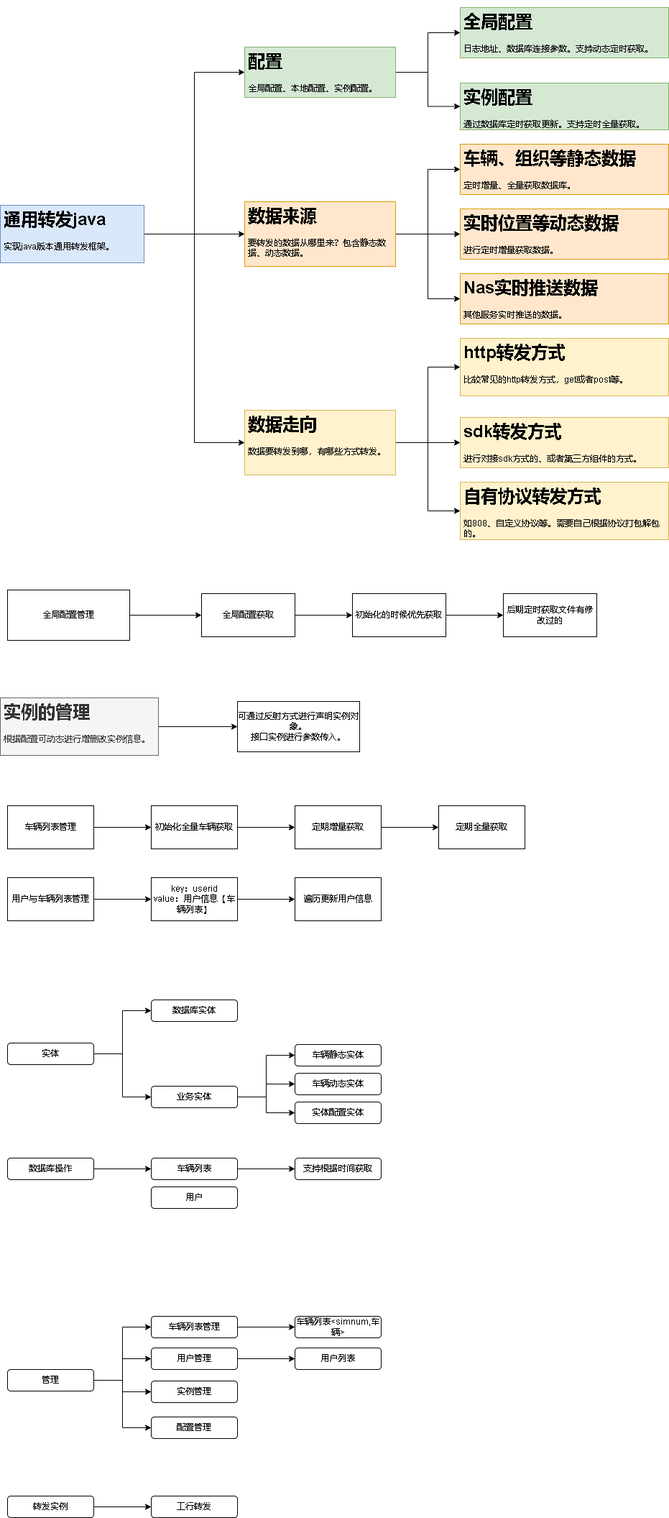
Earlier version of the draw.io export 通用转发java.drawio.png (xktder/draw). Source tidied: cells renumbered, new cells last; positions are measured from the earlier drawing's top-left corner, leaving out a move shared by most shapes.
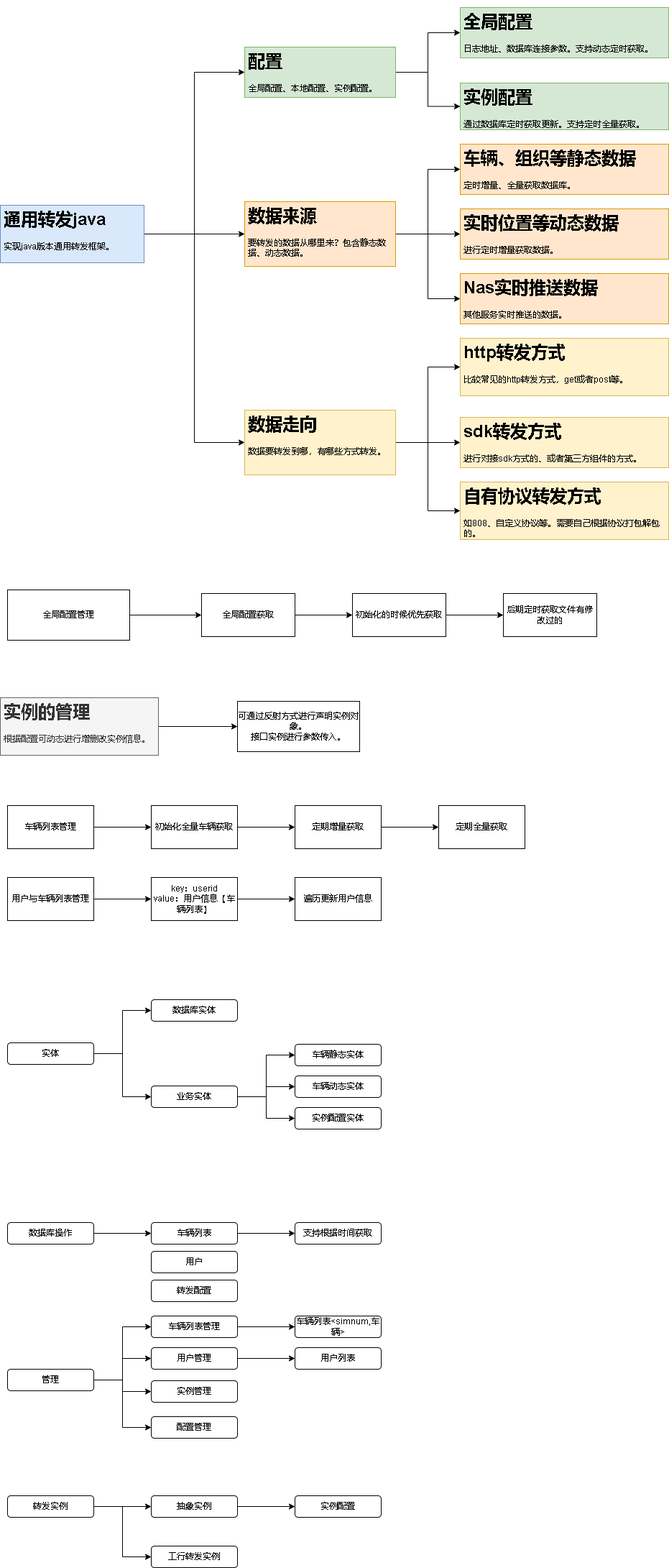
Later version of the same file.

Commit message:
更新通用转发java.drawio.png

Diff of the diagram source:
```diff
@@ -173,14 +173,17 @@
     <mxCell id="58" value="用户列表" style="rounded=1;whiteSpace=wrap;html=1;" parent="1" vertex="1">
       <mxGeometry x="410" y="1864" width="120" height="30" as="geometry" />
     </mxCell>
+    <mxCell id="80" style="edgeStyle=orthogonalEdgeStyle;rounded=0;jettySize=auto;html=1;entryX=0;entryY=0.5;entryDx=0;entryDy=0;" parent="1" edge="1" source="60" target="82">
+      <mxGeometry relative="1" as="geometry" />
+    </mxCell>
-    <mxCell id="59" style="edgeStyle=orthogonalEdgeStyle;rounded=0;jettySize=auto;html=1;" parent="1" edge="1" source="60" target="61">
+    <mxCell id="59" style="edgeStyle=orthogonalEdgeStyle;rounded=0;jettySize=auto;html=1;entryX=0;entryY=0.5;entryDx=0;entryDy=0;" parent="1" edge="1" source="60" target="61">
       <mxGeometry relative="1" as="geometry" />
     </mxCell>
     <mxCell id="60" value="转发实例" style="rounded=1;whiteSpace=wrap;html=1;" parent="1" vertex="1">
       <mxGeometry x="10" y="2070" width="120" height="30" as="geometry" />
     </mxCell>
-    <mxCell id="61" value="工行转发" style="rounded=1;whiteSpace=wrap;html=1;" parent="1" vertex="1">
-      <mxGeometry x="210" y="2070" width="120" height="30" as="geometry" />
+    <mxCell id="61" value="工行转发实例" style="rounded=1;whiteSpace=wrap;html=1;" parent="1" vertex="1">
+      <mxGeometry x="210" y="2140" width="120" height="30" as="geometry" />
     </mxCell>
     <mxCell id="62" value="配置管理" style="rounded=1;whiteSpace=wrap;html=1;" parent="1" vertex="1">
       <mxGeometry x="210" y="1960" width="120" height="30" as="geometry" />
@@ -213,28 +216,40 @@
       <mxGeometry relative="1" as="geometry" />
     </mxCell>
     <mxCell id="72" value="数据库操作" style="rounded=1;whiteSpace=wrap;html=1;" parent="1" vertex="1">
-      <mxGeometry x="10" y="1600" width="120" height="30" as="geometry" />
+      <mxGeometry x="10" y="1690" width="120" height="30" as="geometry" />
     </mxCell>
     <mxCell id="73" style="edgeStyle=orthogonalEdgeStyle;rounded=0;jettySize=auto;html=1;" parent="1" edge="1" source="74" target="77">
       <mxGeometry relative="1" as="geometry" />
     </mxCell>
     <mxCell id="74" value="车辆列表" style="rounded=1;whiteSpace=wrap;html=1;" parent="1" vertex="1">
-      <mxGeometry x="210" y="1600" width="120" height="30" as="geometry" />
+      <mxGeometry x="210" y="1690" width="120" height="30" as="geometry" />
     </mxCell>
     <mxCell id="75" value="车辆静态实体" style="rounded=1;whiteSpace=wrap;html=1;" parent="1" vertex="1">
       <mxGeometry x="410" y="1442" width="120" height="30" as="geometry" />
     </mxCell>
     <mxCell id="76" value="车辆动态实体" style="rounded=1;whiteSpace=wrap;html=1;" parent="1" vertex="1">
-      <mxGeometry x="410" y="1482" width="120" height="30" as="geometry" />
+      <mxGeometry x="410" y="1486" width="120" height="30" as="geometry" />
     </mxCell>
     <mxCell id="77" value="支持根据时间获取" style="rounded=1;whiteSpace=wrap;html=1;" parent="1" vertex="1">
-      <mxGeometry x="410" y="1600" width="120" height="30" as="geometry" />
+      <mxGeometry x="410" y="1690" width="120" height="30" as="geometry" />
     </mxCell>
     <mxCell id="78" value="用户" style="rounded=1;whiteSpace=wrap;html=1;" parent="1" vertex="1">
-      <mxGeometry x="210" y="1640" width="120" height="30" as="geometry" />
+      <mxGeometry x="210" y="1730" width="120" height="30" as="geometry" />
     </mxCell>
-    <mxCell id="79" value="实体配置实体" style="rounded=1;whiteSpace=wrap;html=1;" parent="1" vertex="1">
-      <mxGeometry x="410" y="1522" width="120" height="30" as="geometry" />
+    <mxCell id="79" value="实例配置实体" style="rounded=1;whiteSpace=wrap;html=1;" parent="1" vertex="1">
+      <mxGeometry x="410" y="1530" width="120" height="30" as="geometry" />
     </mxCell>
+    <mxCell id="81" style="edgeStyle=orthogonalEdgeStyle;rounded=0;jettySize=auto;html=1;entryX=0;entryY=0.5;entryDx=0;entryDy=0;" parent="1" edge="1" source="82" target="83">
+      <mxGeometry relative="1" as="geometry" />
+    </mxCell>
+    <mxCell id="82" value="抽象实例" style="rounded=1;whiteSpace=wrap;html=1;" parent="1" vertex="1">
+      <mxGeometry x="210" y="2070" width="120" height="30" as="geometry" />
+    </mxCell>
+    <mxCell id="83" value="实例配置" style="rounded=1;whiteSpace=wrap;html=1;" parent="1" vertex="1">
+      <mxGeometry x="410" y="2070" width="120" height="30" as="geometry" />
+    </mxCell>
+    <mxCell id="84" value="转发配置" style="rounded=1;whiteSpace=wrap;html=1;" parent="1" vertex="1">
+      <mxGeometry x="210" y="1770" width="120" height="30" as="geometry" />
+    </mxCell>
   </root>
 </mxGraphModel>
```
